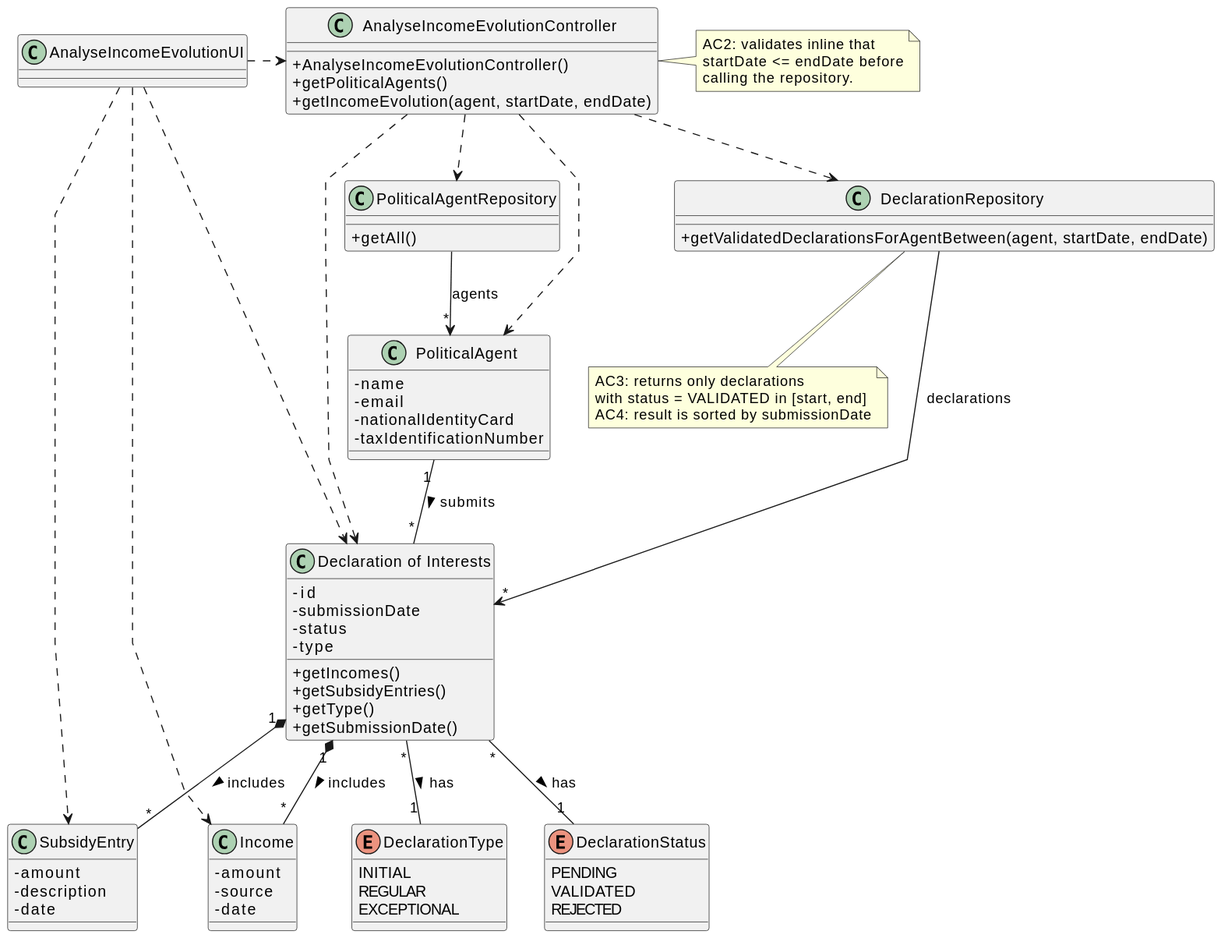
Above: docs/system-documentation/US10/03.design/svg/US10-CD.svg in brunodspinto/crystal-clear-platform (PlantUML), before the change.
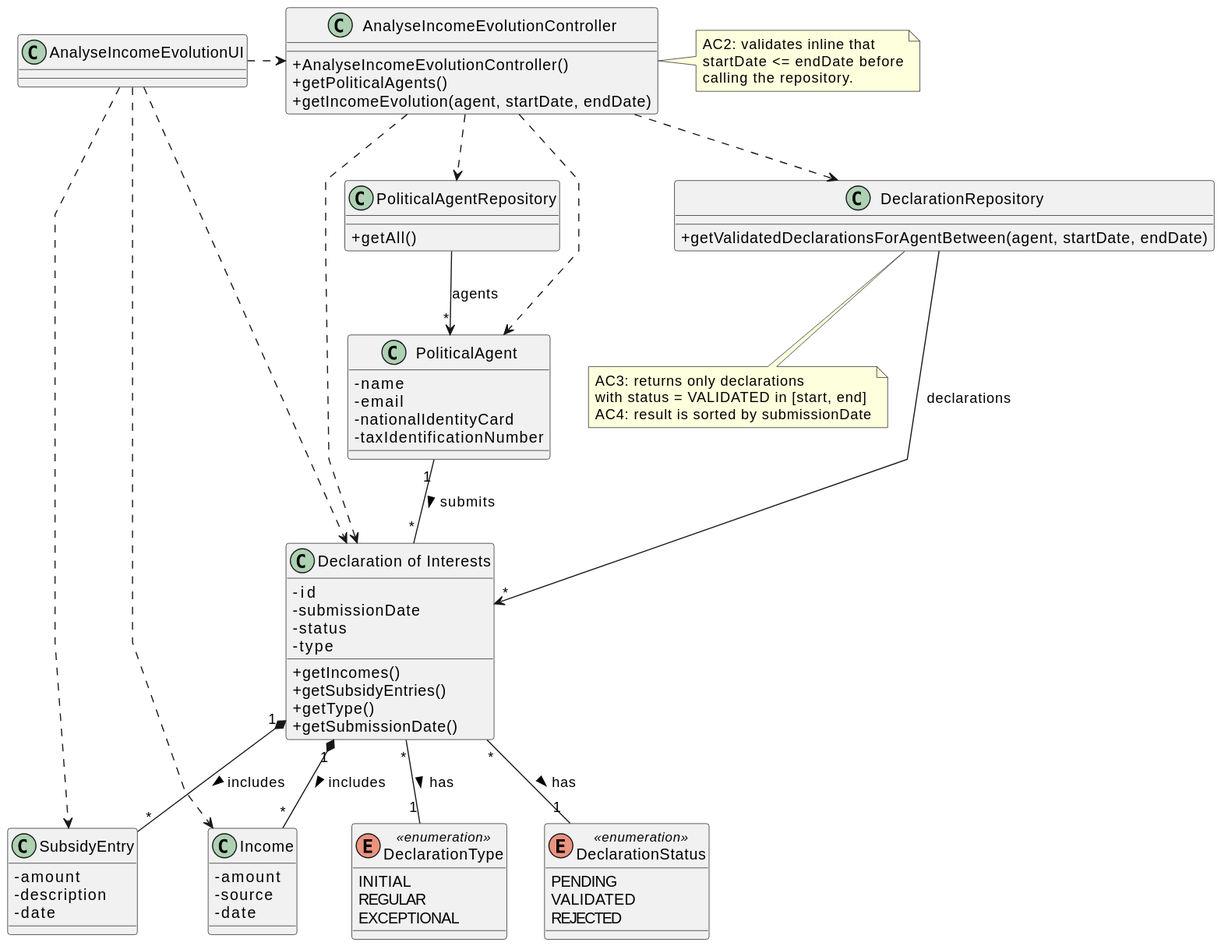
The same diagram one commit later.

Change to the diagram source:
```diff
@@ -39,13 +39,13 @@
     + getSubmissionDate()
 }
 
-enum DeclarationStatus {
+enum DeclarationStatus <<enumeration>> {
     PENDING
     VALIDATED
     REJECTED
 }
 
-enum DeclarationType {
+enum DeclarationType <<enumeration>> {
     INITIAL
     REGULAR
     EXCEPTIONAL
```
